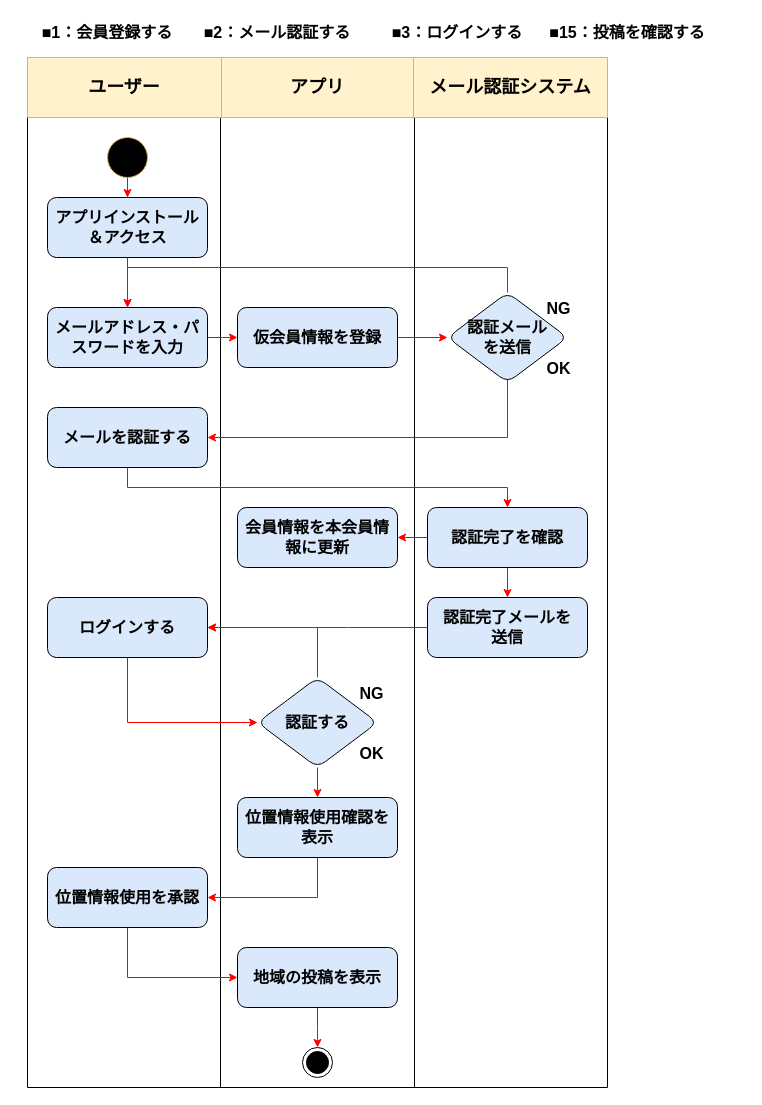
Above: page "アクティビティ図" (2 of 2) of modeling.drawio in haseryo0403/VenTal (draw.io), before the change. Source tidied: cells renumbered, new cells numbered last; positions are measured from the earlier drawing's top-left corner, leaving out a move shared by most shapes. Both pictures are drawn from the tidied source at 100%, with x=0, y=0 at pixel (17, 17).
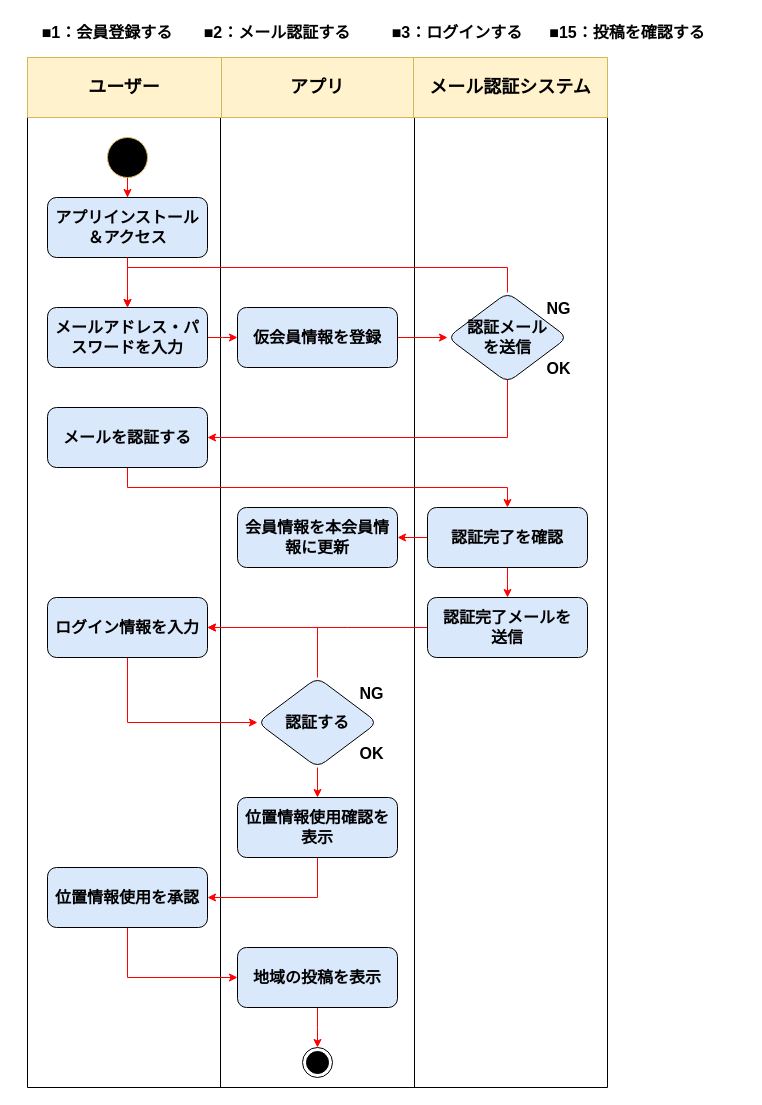
The same page after the edit.

Commit message:
先の保存で保存出来ていない可能性あり。再トライ

Change to the diagram source:
```diff
@@
-    <mxCell id="23" value="ログインする" style="rounded=1;whiteSpace=wrap;html=1;strokeColor=#000000;align=center;verticalAlign=middle;fontFamily=Helvetica;fontSize=16;fontStyle=1;fillColor=#dae8fc;" parent="1" vertex="1">
+    <mxCell id="23" value="ログイン情報を入力" style="rounded=1;whiteSpace=wrap;html=1;strokeColor=#000000;align=center;verticalAlign=middle;fontFamily=Helvetica;fontSize=16;fontStyle=1;fillColor=#dae8fc;" parent="1" vertex="1">
       <mxGeometry x="30" y="580" width="160" height="60" as="geometry" />
     </mxCell>
```
